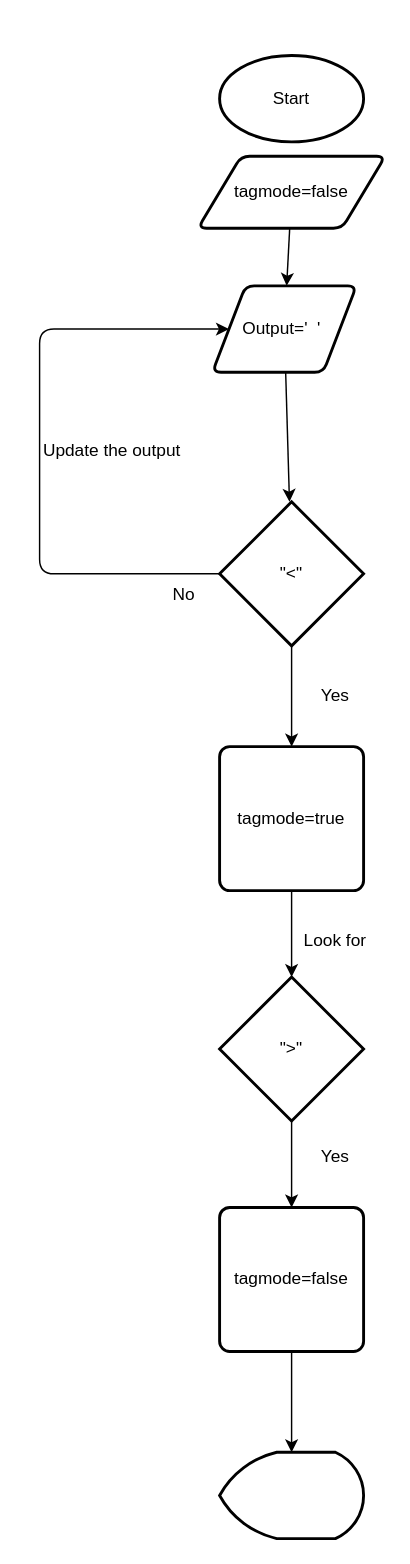
Before: example1/algo1.drawio in Mani007/ExpertDebuggingSkill, a draw.io diagram. Source tidied: cells renumbered, new cells numbered last; positions are measured from the earlier drawing's top-left corner, leaving out a move shared by most shapes. Both pictures are drawn from the tidied source at 144%, with x=0, y=0 at pixel (24, 55).
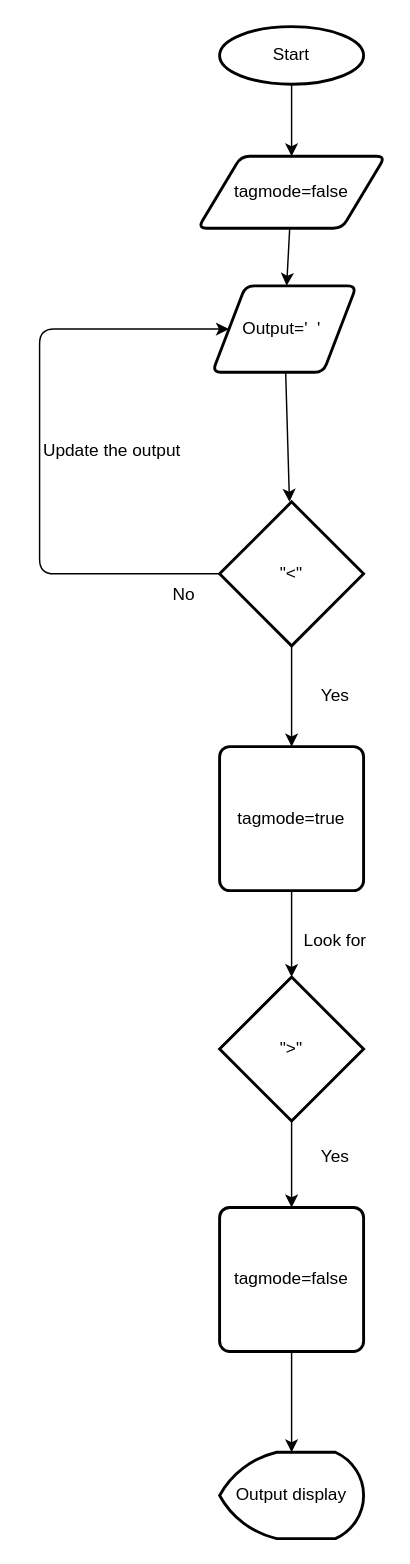
The same diagram, later.

The change refers to these unchanged cells:
```xml
<mxCell id="17" value="tagmode=false" style="shape=parallelogram;html=1;strokeWidth=2;perimeter=parallelogramPerimeter;whiteSpace=wrap;rounded=1;arcSize=12;size=0.23;" parent="1" vertex="1">
  <mxGeometry x="120" y="70" width="130" height="50" as="geometry" />
</mxCell>
```

The edit, as a diff of the source:
```diff
@@
+    <mxCell id="22" style="edgeStyle=none;html=1;" parent="1" edge="1" source="2" target="17">
+      <mxGeometry relative="1" as="geometry" />
+    </mxCell>
     <mxCell id="2" value="Start" style="strokeWidth=2;html=1;shape=mxgraph.flowchart.start_1;whiteSpace=wrap;" parent="1" vertex="1">
-      <mxGeometry x="135" width="100" height="60" as="geometry" />
+      <mxGeometry x="135" y="-20" width="100" height="40" as="geometry" />
     </mxCell>
@@
-    <mxCell id="15" style="strokeWidth=2;html=1;shape=mxgraph.flowchart.display;whiteSpace=wrap;" parent="1" vertex="1">
+    <mxCell id="15" value="Output display" style="strokeWidth=2;html=1;shape=mxgraph.flowchart.display;whiteSpace=wrap;" parent="1" vertex="1">
       <mxGeometry x="135" y="970" width="100" height="60" as="geometry" />
     </mxCell>
```
